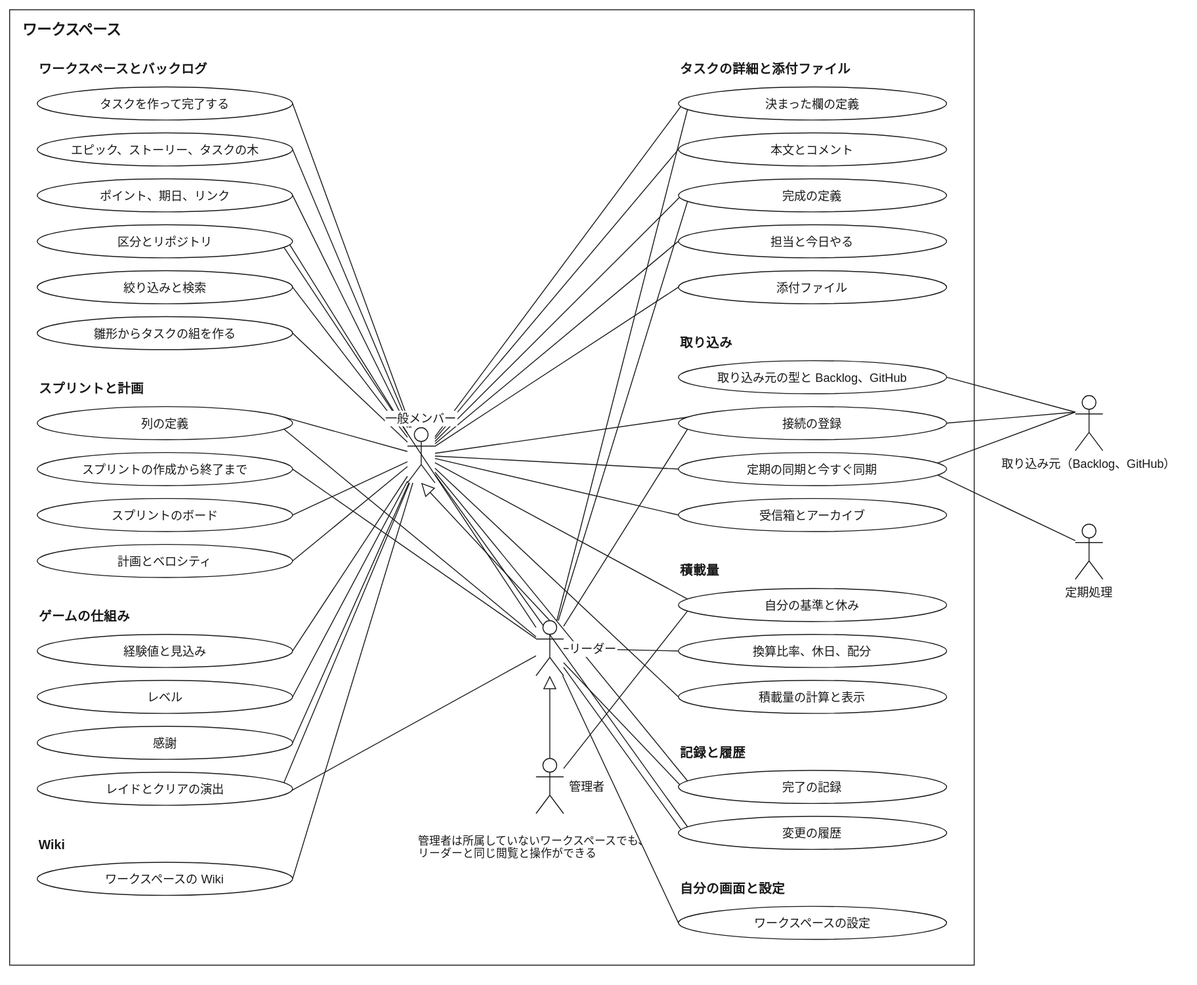
Above: docs/use-cases-workspace.drawio.svg in banmen-dev/app (draw.io), before the change. Source tidied: cells renumbered, new cells last; positions are measured from the earlier drawing's top-left corner, leaving out a move shared by most shapes.
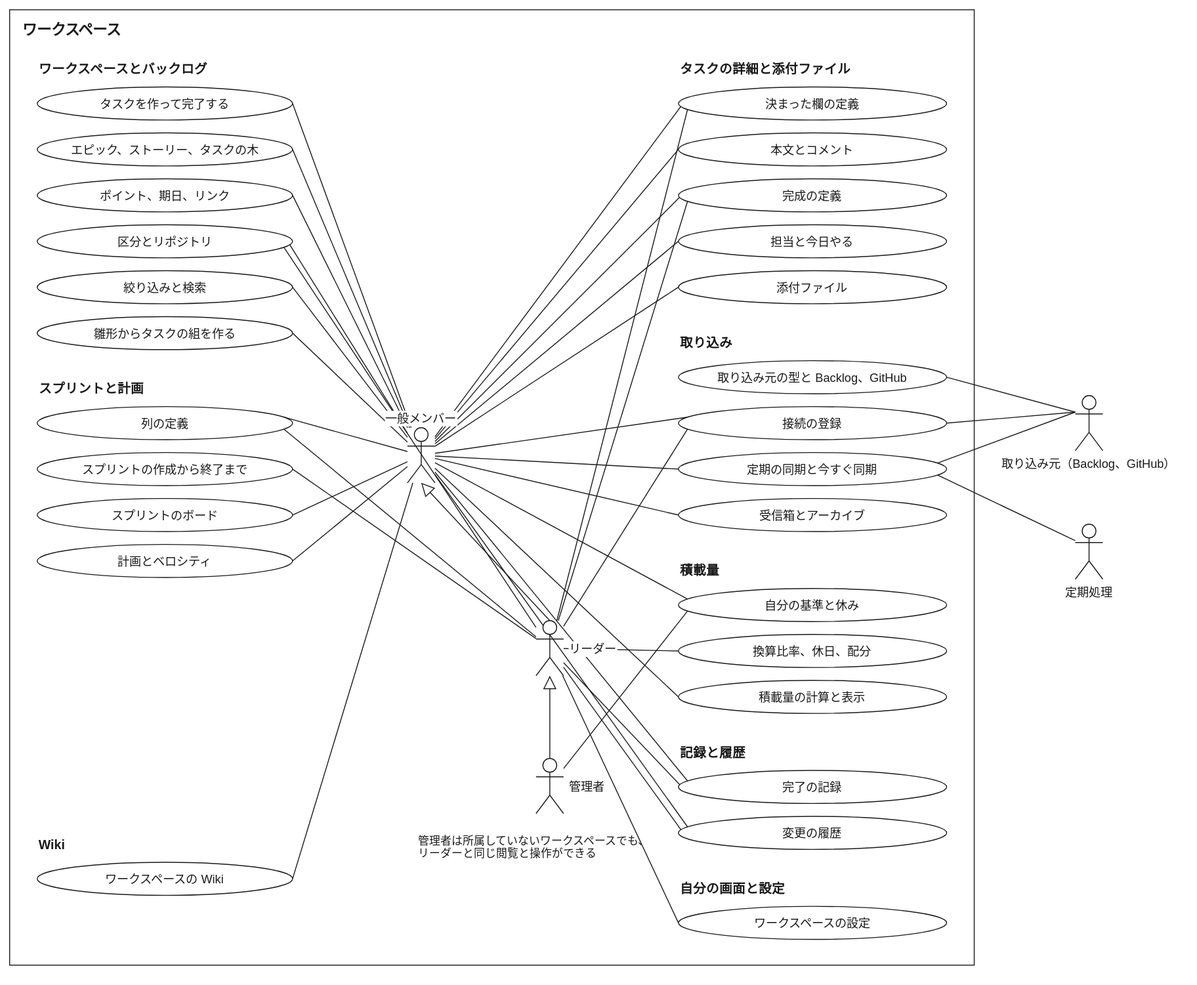
After the commit.

Change to the diagram source:
```diff
@@ -44,21 +44,6 @@
     <mxCell id="15" style="html=0;fontFamily=Helvetica;fontSize=13;fontColor=#1a1a1a;strokeColor=#1a1a1a;endArrow=none;endFill=0;rounded=0;entryX=1;entryY=0.5;entryDx=0;entryDy=0;" parent="1" edge="1" source="86" target="58">
       <mxGeometry relative="1" as="geometry" />
     </mxCell>
-    <mxCell id="16" style="html=0;fontFamily=Helvetica;fontSize=13;fontColor=#1a1a1a;strokeColor=#1a1a1a;endArrow=none;endFill=0;rounded=0;entryX=1;entryY=0.5;entryDx=0;entryDy=0;" parent="1" edge="1" source="86" target="60">
-      <mxGeometry relative="1" as="geometry" />
-    </mxCell>
-    <mxCell id="17" style="html=0;fontFamily=Helvetica;fontSize=13;fontColor=#1a1a1a;strokeColor=#1a1a1a;endArrow=none;endFill=0;rounded=0;entryX=1;entryY=0.5;entryDx=0;entryDy=0;" parent="1" edge="1" source="86" target="61">
-      <mxGeometry relative="1" as="geometry" />
-    </mxCell>
-    <mxCell id="18" style="html=0;fontFamily=Helvetica;fontSize=13;fontColor=#1a1a1a;strokeColor=#1a1a1a;endArrow=none;endFill=0;rounded=0;entryX=1;entryY=0.5;entryDx=0;entryDy=0;" parent="1" edge="1" source="86" target="62">
-      <mxGeometry relative="1" as="geometry" />
-    </mxCell>
-    <mxCell id="19" style="html=0;fontFamily=Helvetica;fontSize=13;fontColor=#1a1a1a;strokeColor=#1a1a1a;endArrow=none;endFill=0;rounded=0;entryX=1;entryY=0.3;entryDx=0;entryDy=0;" parent="1" edge="1" source="86" target="63">
-      <mxGeometry relative="1" as="geometry" />
-    </mxCell>
-    <mxCell id="20" style="html=0;fontFamily=Helvetica;fontSize=13;fontColor=#1a1a1a;strokeColor=#1a1a1a;endArrow=none;endFill=0;rounded=0;entryX=1;entryY=0.7;entryDx=0;entryDy=0;" parent="1" edge="1" source="87" target="63">
-      <mxGeometry relative="1" as="geometry" />
-    </mxCell>
     <mxCell id="21" style="html=0;fontFamily=Helvetica;fontSize=13;fontColor=#1a1a1a;strokeColor=#1a1a1a;endArrow=none;endFill=0;rounded=0;entryX=0;entryY=0.3;entryDx=0;entryDy=0;" parent="1" edge="1" source="86" target="67">
       <mxGeometry relative="1" as="geometry" />
     </mxCell>
@@ -173,21 +158,6 @@
     <mxCell id="58" value="計画とベロシティ" style="html=0;fontFamily=Helvetica;fontSize=13;fontColor=#1a1a1a;strokeColor=#1a1a1a;ellipse;whiteSpace=nowrap;fillColor=#ffffff;" parent="1" vertex="1">
       <mxGeometry x="30" y="582" width="278" height="36" as="geometry" />
     </mxCell>
-    <mxCell id="59" value="ゲームの仕組み" style="html=0;fontFamily=Helvetica;fontSize=13;fontColor=#1a1a1a;strokeColor=#1a1a1a;text;align=left;verticalAlign=middle;fontStyle=1;fontSize=14;strokeColor=none;fillColor=none;" parent="1" vertex="1">
-      <mxGeometry x="30" y="646" width="358" height="28" as="geometry" />
-    </mxCell>
-    <mxCell id="60" value="経験値と見込み" style="html=0;fontFamily=Helvetica;fontSize=13;fontColor=#1a1a1a;strokeColor=#1a1a1a;ellipse;whiteSpace=nowrap;fillColor=#ffffff;" parent="1" vertex="1">
-      <mxGeometry x="30" y="680" width="278" height="36" as="geometry" />
-    </mxCell>
-    <mxCell id="61" value="レベル" style="html=0;fontFamily=Helvetica;fontSize=13;fontColor=#1a1a1a;strokeColor=#1a1a1a;ellipse;whiteSpace=nowrap;fillColor=#ffffff;" parent="1" vertex="1">
-      <mxGeometry x="30" y="730" width="278" height="36" as="geometry" />
-    </mxCell>
-    <mxCell id="62" value="感謝" style="html=0;fontFamily=Helvetica;fontSize=13;fontColor=#1a1a1a;strokeColor=#1a1a1a;ellipse;whiteSpace=nowrap;fillColor=#ffffff;" parent="1" vertex="1">
-      <mxGeometry x="30" y="780" width="278" height="36" as="geometry" />
-    </mxCell>
-    <mxCell id="63" value="レイドとクリアの演出" style="html=0;fontFamily=Helvetica;fontSize=13;fontColor=#1a1a1a;strokeColor=#1a1a1a;ellipse;whiteSpace=nowrap;fillColor=#ffffff;" parent="1" vertex="1">
-      <mxGeometry x="30" y="830" width="278" height="36" as="geometry" />
-    </mxCell>
     <mxCell id="64" value="Wiki" style="html=0;fontFamily=Helvetica;fontSize=13;fontColor=#1a1a1a;strokeColor=#1a1a1a;text;align=left;verticalAlign=middle;fontStyle=1;fontSize=14;strokeColor=none;fillColor=none;" parent="1" vertex="1">
       <mxGeometry x="30" y="894" width="358" height="28" as="geometry" />
     </mxCell>
```
